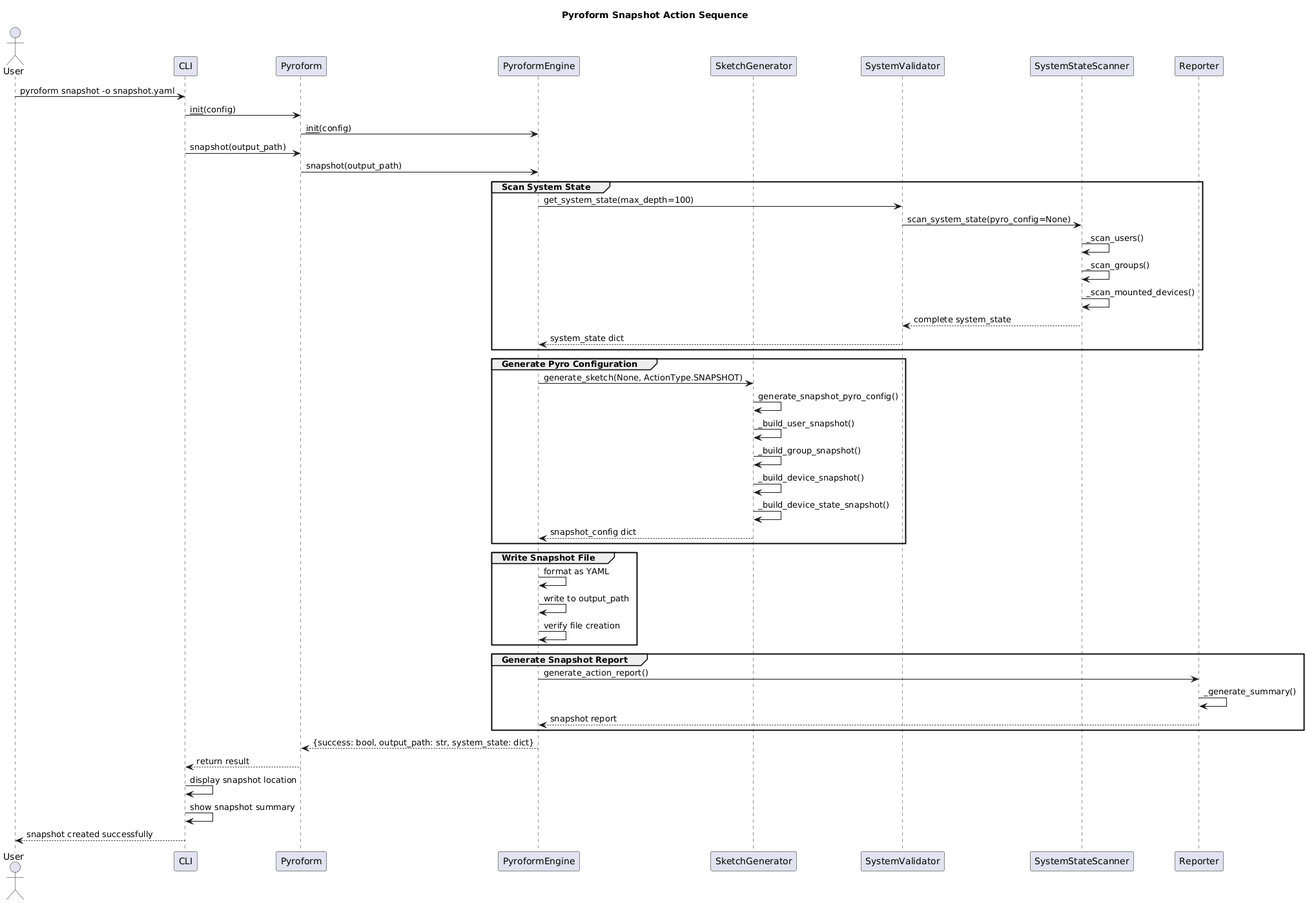
This is pyroform/dox/Diagrams/pyroform_action_snapshot_sequence.png from Del-Tango/Pyroform, a PlantUML export, as it was before one commit.
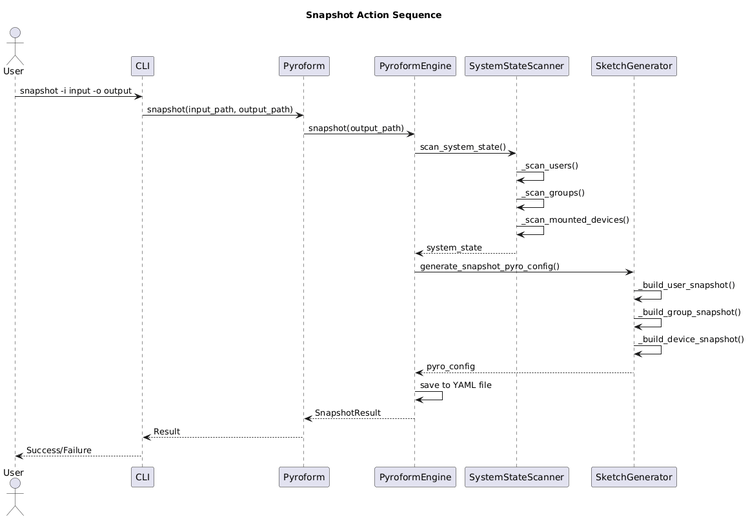
The same file after the commit.

What changed in the source:
```diff
@@ -1,57 +1,28 @@
 @startuml
-title Pyroform Snapshot Action Sequence
+title Snapshot Action Sequence
 
 actor User
 participant CLI
 participant Pyroform
 participant PyroformEngine
+participant SystemStateScanner
 participant SketchGenerator
-participant SystemValidator
-participant SystemStateScanner
-participant Reporter
 
-User -> CLI: pyroform snapshot -o snapshot.yaml
-CLI -> Pyroform: __init__(config)
-Pyroform -> PyroformEngine: __init__(config)
-
-CLI -> Pyroform: snapshot(output_path)
+User -> CLI: snapshot -i input -o output
+CLI -> Pyroform: snapshot(input_path, output_path)
 Pyroform -> PyroformEngine: snapshot(output_path)
-
-group Scan System State
-    PyroformEngine -> SystemValidator: get_system_state(max_depth=100)
-    SystemValidator -> SystemStateScanner: scan_system_state(pyro_config=None)
-    SystemStateScanner -> SystemStateScanner: _scan_users()
-    SystemStateScanner -> SystemStateScanner: _scan_groups()
-    SystemStateScanner -> SystemStateScanner: _scan_mounted_devices()
-    SystemStateScanner --> SystemValidator: complete system_state
-    SystemValidator --> PyroformEngine: system_state dict
-end
-
-group Generate Pyro Configuration
-    PyroformEngine -> SketchGenerator: generate_sketch(None, ActionType.SNAPSHOT)
-    SketchGenerator -> SketchGenerator: generate_snapshot_pyro_config()
-    SketchGenerator -> SketchGenerator: _build_user_snapshot()
-    SketchGenerator -> SketchGenerator: _build_group_snapshot()
-    SketchGenerator -> SketchGenerator: _build_device_snapshot()
-    SketchGenerator -> SketchGenerator: _build_device_state_snapshot()
-    SketchGenerator --> PyroformEngine: snapshot_config dict
-end
-
-group Write Snapshot File
-    PyroformEngine -> PyroformEngine: format as YAML
-    PyroformEngine -> PyroformEngine: write to output_path
-    PyroformEngine -> PyroformEngine: verify file creation
-end
-
-group Generate Snapshot Report
-    PyroformEngine -> Reporter: generate_action_report()
-    Reporter -> Reporter: _generate_summary()
-    Reporter --> PyroformEngine: snapshot report
-end
-
-PyroformEngine --> Pyroform: {success: bool, output_path: str, system_state: dict}
-Pyroform --> CLI: return result
-CLI -> CLI: display snapshot location
-CLI -> CLI: show snapshot summary
-CLI --> User: snapshot created successfully
+PyroformEngine -> SystemStateScanner: scan_system_state()
+SystemStateScanner -> SystemStateScanner: _scan_users()
+SystemStateScanner -> SystemStateScanner: _scan_groups()
+SystemStateScanner -> SystemStateScanner: _scan_mounted_devices()
+SystemStateScanner --> PyroformEngine: system_state
+PyroformEngine -> SketchGenerator: generate_snapshot_pyro_config()
+SketchGenerator -> SketchGenerator: _build_user_snapshot()
+SketchGenerator -> SketchGenerator: _build_group_snapshot()
+SketchGenerator -> SketchGenerator: _build_device_snapshot()
+SketchGenerator --> PyroformEngine: pyro_config
+PyroformEngine -> PyroformEngine: save to YAML file
+PyroformEngine --> Pyroform: SnapshotResult
+Pyroform --> CLI: Result
+CLI --> User: Success/Failure
 @enduml
```
